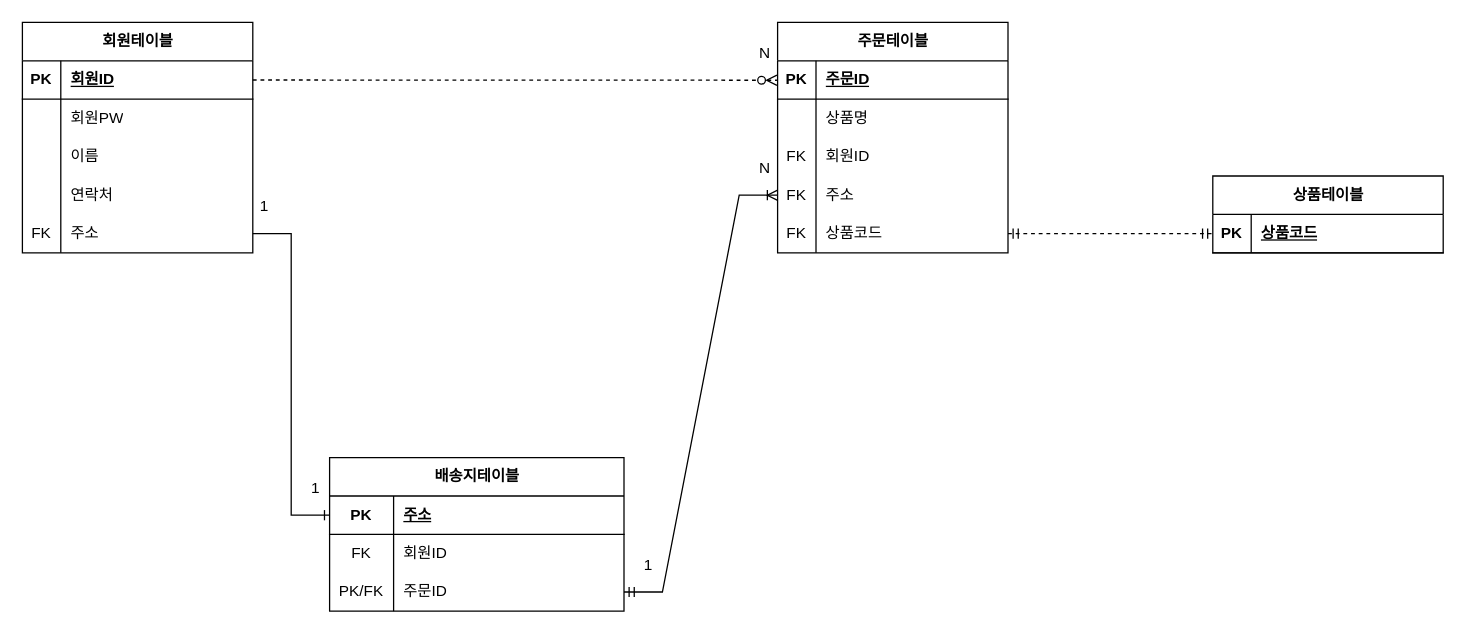
Above: page "ERD" (4 of 7) of ToyProject.drawio in jaemin94/Team_Project (draw.io), before the change. Source tidied: cells renumbered, new cells numbered last; positions are measured from the earlier drawing's top-left corner, leaving out a move shared by most shapes. Both pictures are drawn from the tidied source at 128%, with x=0, y=0 at pixel (22, 22).
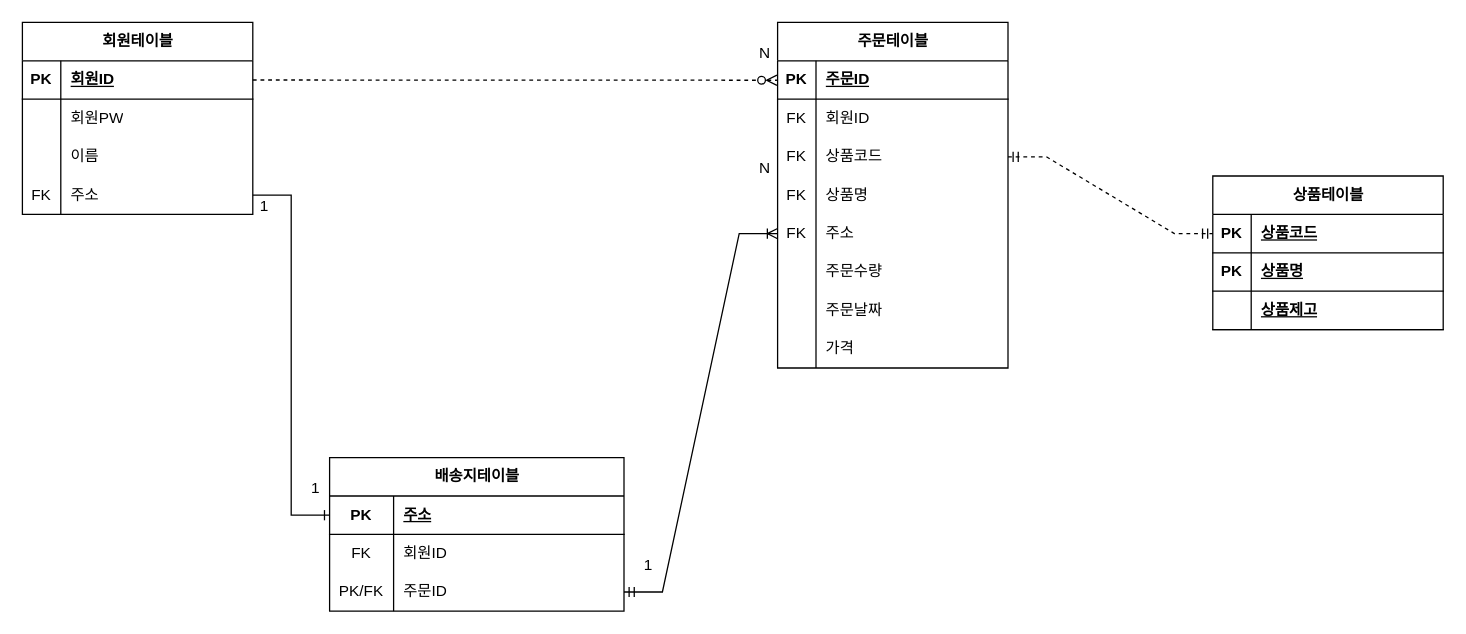
Above is the later version.

What changed in the source:
```diff
@@
     <mxCell id="2" value="회원테이블" style="shape=table;startSize=30;childLayout=tableLayout;rowLines=0;fontStyle=1;align=center;html=1;" parent="1" vertex="1">
-      <mxGeometry width="180" height="180" as="geometry" />
+      <mxGeometry width="180" height="150" as="geometry" />
     </mxCell>
@@
-    <mxCell id="12" style="shape=tableRow;horizontal=0;startSize=0;swimlaneHead=0;swimlaneBody=0;fillColor=none;top=0;left=0;right=0;bottom=0;" parent="2" vertex="1">
-      <mxGeometry y="120" width="180" height="30" as="geometry" />
-    </mxCell>
-    <mxCell id="13" style="shape=partialRectangle;fillColor=none;top=0;left=0;bottom=0;right=0;overflow=hidden;whiteSpace=wrap;html=1;" parent="12" vertex="1">
-      <mxGeometry width="30" height="30" as="geometry" />
-    </mxCell>
-    <mxCell id="14" value="연락처" style="shape=partialRectangle;fillColor=none;top=0;left=0;bottom=0;right=0;align=left;spacingLeft=6;overflow=hidden;whiteSpace=wrap;html=1;" parent="12" vertex="1">
-      <mxGeometry x="30" width="150" height="30" as="geometry" />
-    </mxCell>
     <mxCell id="15" style="shape=tableRow;horizontal=0;startSize=0;swimlaneHead=0;swimlaneBody=0;fillColor=none;points=[[0,0.5],[1,0.5]];portConstraint=eastwest;top=0;left=0;right=0;bottom=0;" parent="2" vertex="1">
-      <mxGeometry y="150" width="180" height="30" as="geometry" />
+      <mxGeometry y="120" width="180" height="30" as="geometry" />
     </mxCell>
@@
     <mxCell id="18" value="주문테이블" style="shape=table;startSize=30;childLayout=tableLayout;rowLines=0;fontStyle=1;align=center;html=1;" parent="1" vertex="1">
-      <mxGeometry x="590" width="180" height="180" as="geometry" />
+      <mxGeometry x="590" width="180" height="270" as="geometry" />
     </mxCell>
@@
+    <mxCell id="25" style="shape=tableRow;horizontal=0;startSize=0;swimlaneHead=0;swimlaneBody=0;fillColor=none;top=0;left=0;right=0;bottom=0;" parent="18" vertex="1">
+      <mxGeometry y="60" width="180" height="30" as="geometry" />
+    </mxCell>
+    <mxCell id="26" value="FK" style="shape=partialRectangle;fillColor=none;top=0;left=0;bottom=0;right=0;overflow=hidden;whiteSpace=wrap;html=1;" parent="25" vertex="1">
+      <mxGeometry width="30" height="30" as="geometry" />
+    </mxCell>
+    <mxCell id="27" value="회원ID" style="shape=partialRectangle;fillColor=none;top=0;left=0;bottom=0;right=0;align=left;spacingLeft=6;overflow=hidden;whiteSpace=wrap;html=1;" parent="25" vertex="1">
+      <mxGeometry x="30" width="150" height="30" as="geometry" />
+    </mxCell>
+    <mxCell id="31" style="shape=tableRow;horizontal=0;startSize=0;swimlaneHead=0;swimlaneBody=0;fillColor=none;points=[[0,0.5],[1,0.5]];portConstraint=eastwest;top=0;left=0;right=0;bottom=0;" parent="18" vertex="1">
+      <mxGeometry y="90" width="180" height="30" as="geometry" />
+    </mxCell>
+    <mxCell id="32" value="FK" style="shape=partialRectangle;fillColor=none;top=0;left=0;bottom=0;right=0;overflow=hidden;whiteSpace=wrap;html=1;" parent="31" vertex="1">
+      <mxGeometry width="30" height="30" as="geometry" />
+    </mxCell>
+    <mxCell id="33" value="상품코드" style="shape=partialRectangle;fillColor=none;top=0;left=0;bottom=0;right=0;align=left;spacingLeft=6;overflow=hidden;whiteSpace=wrap;html=1;" parent="31" vertex="1">
+      <mxGeometry x="30" width="150" height="30" as="geometry" />
+    </mxCell>
     <mxCell id="22" style="shape=tableRow;horizontal=0;startSize=0;swimlaneHead=0;swimlaneBody=0;fillColor=none;top=0;left=0;right=0;bottom=0;" parent="18" vertex="1">
-      <mxGeometry y="60" width="180" height="30" as="geometry" />
+      <mxGeometry y="120" width="180" height="30" as="geometry" />
     </mxCell>
@@
-    <mxCell id="25" style="shape=tableRow;horizontal=0;startSize=0;swimlaneHead=0;swimlaneBody=0;fillColor=none;top=0;left=0;right=0;bottom=0;" parent="18" vertex="1">
-      <mxGeometry y="90" width="180" height="30" as="geometry" />
-    </mxCell>
-    <mxCell id="26" value="FK" style="shape=partialRectangle;fillColor=none;top=0;left=0;bottom=0;right=0;overflow=hidden;whiteSpace=wrap;html=1;" parent="25" vertex="1">
-      <mxGeometry width="30" height="30" as="geometry" />
-    </mxCell>
-    <mxCell id="27" value="회원ID" style="shape=partialRectangle;fillColor=none;top=0;left=0;bottom=0;right=0;align=left;spacingLeft=6;overflow=hidden;whiteSpace=wrap;html=1;" parent="25" vertex="1">
-      <mxGeometry x="30" width="150" height="30" as="geometry" />
-    </mxCell>
     <mxCell id="28" style="shape=tableRow;horizontal=0;startSize=0;swimlaneHead=0;swimlaneBody=0;fillColor=none;points=[[0,0.5],[1,0.5]];portConstraint=eastwest;top=0;left=0;right=0;bottom=0;" parent="18" vertex="1">
-      <mxGeometry y="120" width="180" height="30" as="geometry" />
+      <mxGeometry y="150" width="180" height="30" as="geometry" />
     </mxCell>
@@
-    <mxCell id="31" style="shape=tableRow;horizontal=0;startSize=0;swimlaneHead=0;swimlaneBody=0;fillColor=none;points=[[0,0.5],[1,0.5]];portConstraint=eastwest;top=0;left=0;right=0;bottom=0;" parent="18" vertex="1">
-      <mxGeometry y="150" width="180" height="30" as="geometry" />
-    </mxCell>
-    <mxCell id="32" value="FK" style="shape=partialRectangle;fillColor=none;top=0;left=0;bottom=0;right=0;overflow=hidden;whiteSpace=wrap;html=1;" parent="31" vertex="1">
-      <mxGeometry width="30" height="30" as="geometry" />
-    </mxCell>
-    <mxCell id="33" value="상품코드" style="shape=partialRectangle;fillColor=none;top=0;left=0;bottom=0;right=0;align=left;spacingLeft=6;overflow=hidden;whiteSpace=wrap;html=1;" parent="31" vertex="1">
-      <mxGeometry x="30" width="150" height="30" as="geometry" />
-    </mxCell>
+    <mxCell id="58" style="shape=tableRow;horizontal=0;startSize=0;swimlaneHead=0;swimlaneBody=0;fillColor=none;top=0;left=0;right=0;bottom=0;" parent="18" vertex="1">
+      <mxGeometry y="180" width="180" height="30" as="geometry" />
+    </mxCell>
+    <mxCell id="59" style="shape=partialRectangle;fillColor=none;top=0;left=0;bottom=0;right=0;overflow=hidden;whiteSpace=wrap;html=1;" parent="58" vertex="1">
+      <mxGeometry width="30" height="30" as="geometry" />
+    </mxCell>
+    <mxCell id="60" value="주문수량" style="shape=partialRectangle;fillColor=none;top=0;left=0;bottom=0;right=0;align=left;spacingLeft=6;overflow=hidden;whiteSpace=wrap;html=1;" parent="58" vertex="1">
+      <mxGeometry x="30" width="150" height="30" as="geometry" />
+    </mxCell>
+    <mxCell id="61" style="shape=tableRow;horizontal=0;startSize=0;swimlaneHead=0;swimlaneBody=0;fillColor=none;top=0;left=0;right=0;bottom=0;" parent="18" vertex="1">
+      <mxGeometry y="210" width="180" height="30" as="geometry" />
+    </mxCell>
+    <mxCell id="62" style="shape=partialRectangle;fillColor=none;top=0;left=0;bottom=0;right=0;overflow=hidden;whiteSpace=wrap;html=1;" parent="61" vertex="1">
+      <mxGeometry width="30" height="30" as="geometry" />
+    </mxCell>
+    <mxCell id="63" value="주문날짜" style="shape=partialRectangle;fillColor=none;top=0;left=0;bottom=0;right=0;align=left;spacingLeft=6;overflow=hidden;whiteSpace=wrap;html=1;" parent="61" vertex="1">
+      <mxGeometry x="30" width="150" height="30" as="geometry" />
+    </mxCell>
+    <mxCell id="64" style="shape=tableRow;horizontal=0;startSize=0;swimlaneHead=0;swimlaneBody=0;fillColor=none;top=0;left=0;right=0;bottom=0;" parent="18" vertex="1">
+      <mxGeometry y="240" width="180" height="30" as="geometry" />
+    </mxCell>
+    <mxCell id="65" style="shape=partialRectangle;fillColor=none;top=0;left=0;bottom=0;right=0;overflow=hidden;whiteSpace=wrap;html=1;" parent="64" vertex="1">
+      <mxGeometry width="30" height="30" as="geometry" />
+    </mxCell>
+    <mxCell id="66" value="가격" style="shape=partialRectangle;fillColor=none;top=0;left=0;bottom=0;right=0;align=left;spacingLeft=6;overflow=hidden;whiteSpace=wrap;html=1;" parent="64" vertex="1">
+      <mxGeometry x="30" width="150" height="30" as="geometry" />
+    </mxCell>
@@
     <mxCell id="52" value="상품테이블" style="shape=table;startSize=30;childLayout=tableLayout;rowLines=0;fontStyle=1;align=center;html=1;" parent="1" vertex="1">
-      <mxGeometry x="930" y="120" width="180" height="60" as="geometry" />
+      <mxGeometry x="930" y="120" width="180" height="120" as="geometry" />
     </mxCell>
@@
+    <mxCell id="67" style="shape=tableRow;horizontal=0;startSize=0;swimlaneHead=0;swimlaneBody=0;fillColor=none;top=0;left=0;right=0;bottom=1;" parent="52" vertex="1">
+      <mxGeometry y="60" width="180" height="30" as="geometry" />
+    </mxCell>
+    <mxCell id="68" value="PK" style="shape=partialRectangle;fillColor=none;top=0;left=0;bottom=0;right=0;fontStyle=1;overflow=hidden;whiteSpace=wrap;html=1;" parent="67" vertex="1">
+      <mxGeometry width="30" height="30" as="geometry" />
+    </mxCell>
+    <mxCell id="69" value="상품명" style="shape=partialRectangle;fillColor=none;top=0;left=0;bottom=0;right=0;align=left;spacingLeft=6;fontStyle=5;overflow=hidden;whiteSpace=wrap;html=1;" parent="67" vertex="1">
+      <mxGeometry x="30" width="150" height="30" as="geometry" />
+    </mxCell>
+    <mxCell id="70" style="shape=tableRow;horizontal=0;startSize=0;swimlaneHead=0;swimlaneBody=0;fillColor=none;top=0;left=0;right=0;bottom=1;" parent="52" vertex="1">
+      <mxGeometry y="90" width="180" height="30" as="geometry" />
+    </mxCell>
+    <mxCell id="71" style="shape=partialRectangle;fillColor=none;top=0;left=0;bottom=0;right=0;fontStyle=1;overflow=hidden;whiteSpace=wrap;html=1;" parent="70" vertex="1">
+      <mxGeometry width="30" height="30" as="geometry" />
+    </mxCell>
+    <mxCell id="72" value="상품제고" style="shape=partialRectangle;fillColor=none;top=0;left=0;bottom=0;right=0;align=left;spacingLeft=6;fontStyle=5;overflow=hidden;whiteSpace=wrap;html=1;" parent="70" vertex="1">
+      <mxGeometry x="30" width="150" height="30" as="geometry" />
+    </mxCell>
@@
     <mxCell id="57" value="FK" style="shape=partialRectangle;fillColor=none;top=0;left=0;bottom=0;right=0;overflow=hidden;whiteSpace=wrap;html=1;" parent="1" vertex="1">
-      <mxGeometry x="580" y="120" width="50" height="30" as="geometry" />
+      <mxGeometry x="580" y="150" width="50" height="30" as="geometry" />
     </mxCell>
+    <mxCell id="73" value="FK" style="shape=partialRectangle;fillColor=none;top=0;left=0;bottom=0;right=0;overflow=hidden;whiteSpace=wrap;html=1;" parent="1" vertex="1">
+      <mxGeometry x="590" y="120" width="30" height="30" as="geometry" />
+    </mxCell>
```
